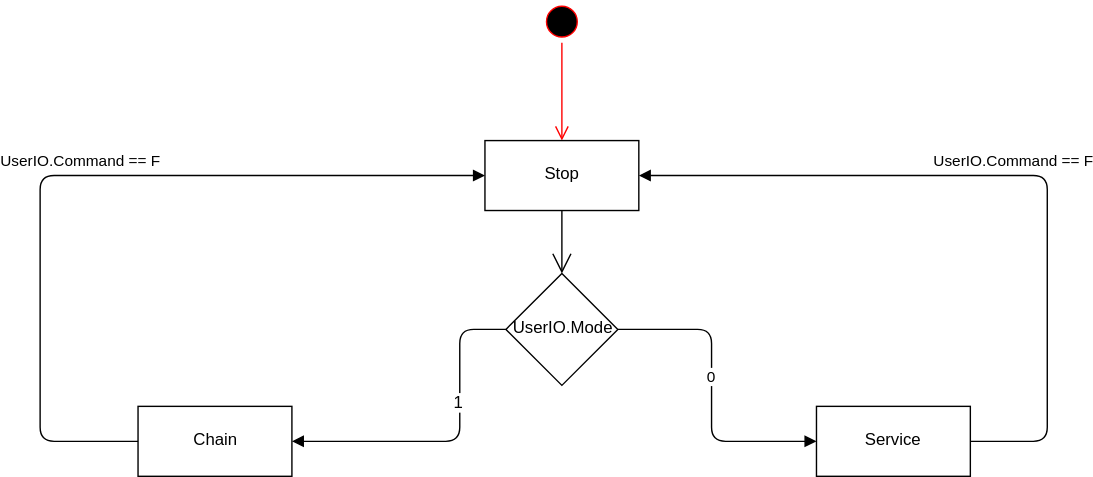
This is Documentation/UML Diagrams/stateDiagram/StateMachineMode.svg from nicolai-schwartze/EBS2_Conveyer_Belt, a draw.io export, as it was before one commit. Source tidied: cells renumbered, new cells last; positions are measured from the earlier drawing's top-left corner, leaving out a move shared by most shapes.
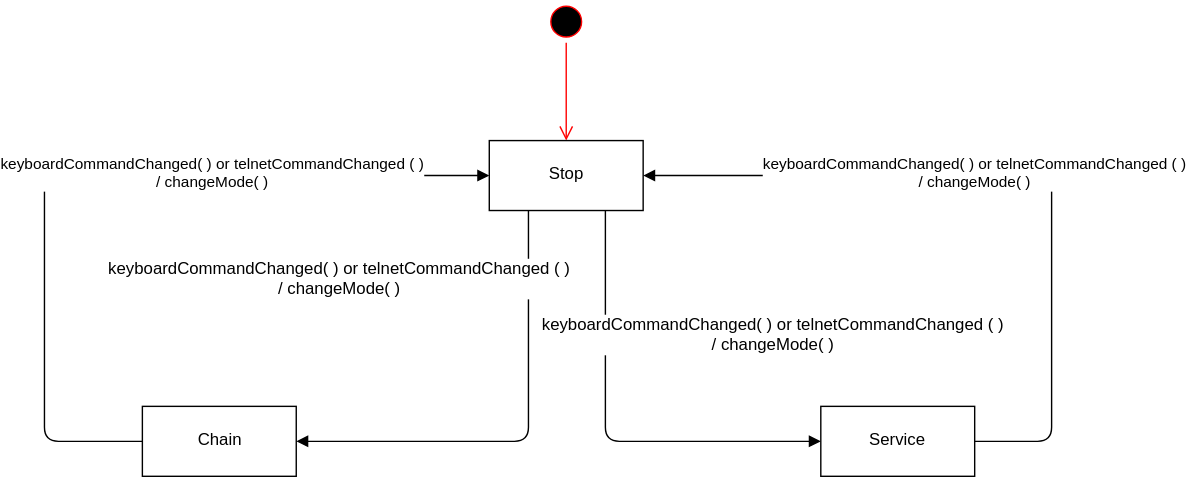
After the commit.

Commit message:
state machine modes completed

Diff of the diagram source:
```diff
@@ -17,46 +17,45 @@
     <mxCell id="6" value="Service" style="html=1;" parent="1" vertex="1">
       <mxGeometry x="555" y="290" width="110" height="50" as="geometry" />
     </mxCell>
-    <mxCell id="7" value="UserIO.Mode" style="rhombus;whiteSpace=wrap;html=1;" parent="1" vertex="1">
-      <mxGeometry x="333" y="195" width="80" height="80" as="geometry" />
-    </mxCell>
-    <mxCell id="8" style="endArrow=open;endFill=1;endSize=12;html=1;exitX=0.5;exitY=1;exitDx=0;exitDy=0;entryX=0.5;entryY=0;entryDx=0;entryDy=0;" parent="1" edge="1" source="4" target="7">
-      <mxGeometry relative="1" as="geometry" />
-    </mxCell>
-    <mxCell id="9" style="html=1;verticalAlign=bottom;endArrow=block;exitX=0;exitY=0.5;exitDx=0;exitDy=0;entryX=1;entryY=0.5;entryDx=0;entryDy=0;" parent="1" edge="1" source="7" target="5">
+    <mxCell id="9" style="html=1;verticalAlign=bottom;endArrow=block;exitX=0.25;exitY=1;exitDx=0;exitDy=0;entryX=1;entryY=0.5;entryDx=0;entryDy=0;" parent="1" edge="1" source="4" target="5">
       <mxGeometry relative="1" as="geometry">
         <Array as="points">
-          <mxPoint x="300" y="235" />
-          <mxPoint x="300" y="315" />
+          <mxPoint x="346" y="315" />
         </Array>
       </mxGeometry>
     </mxCell>
-    <mxCell id="10" value="1" style="text;html=1;align=center;verticalAlign=middle;labelBackgroundColor=#ffffff;" parent="9" vertex="1">
-      <mxGeometry x="-0.26" y="-1" relative="1" as="geometry" />
+    <mxCell id="10" value="keyboardCommandChanged( ) or telnetCommandChanged ( ) &lt;br&gt;/ changeMode( )" style="text;html=1;align=center;verticalAlign=middle;labelBackgroundColor=#ffffff;" parent="9" vertex="1">
+      <mxGeometry x="-0.26" y="-1" relative="1" as="geometry">
+        <mxPoint x="-135" y="-72" as="offset" />
+      </mxGeometry>
     </mxCell>
-    <mxCell id="11" value="0" style="html=1;verticalAlign=bottom;endArrow=block;exitX=1;exitY=0.5;exitDx=0;exitDy=0;entryX=0;entryY=0.5;entryDx=0;entryDy=0;" parent="1" edge="1" source="7" target="6">
-      <mxGeometry relative="1" as="geometry">
-        <Array as="points">
-          <mxPoint x="480" y="235" />
-          <mxPoint x="480" y="315" />
-        </Array>
-      </mxGeometry>
-    </mxCell>
-    <mxCell id="12" value="UserIO.Command == F" style="html=1;verticalAlign=bottom;endArrow=block;entryX=0;entryY=0.5;entryDx=0;entryDy=0;exitX=0;exitY=0.5;exitDx=0;exitDy=0;" parent="1" edge="1" source="5" target="4">
-      <mxGeometry relative="1" as="geometry">
+    <mxCell id="12" value="keyboardCommandChanged( ) or telnetCommandChanged ( ) &lt;br&gt;/ changeMode( )" style="html=1;verticalAlign=bottom;endArrow=block;entryX=0;entryY=0.5;entryDx=0;entryDy=0;exitX=0;exitY=0.5;exitDx=0;exitDy=0;" parent="1" edge="1" source="5" target="4">
+      <mxGeometry x="0.31" y="-15" relative="1" as="geometry">
         <Array as="points">
           <mxPoint y="315" />
           <mxPoint y="125" />
         </Array>
       </mxGeometry>
     </mxCell>
-    <mxCell id="13" value="UserIO.Command == F" style="html=1;verticalAlign=bottom;endArrow=block;exitX=1;exitY=0.5;exitDx=0;exitDy=0;entryX=1;entryY=0.5;entryDx=0;entryDy=0;" parent="1" edge="1" source="6" target="4">
-      <mxGeometry relative="1" as="geometry">
+    <mxCell id="13" value="keyboardCommandChanged( ) or telnetCommandChanged ( ) &lt;br&gt;/ changeMode( )" style="html=1;verticalAlign=bottom;endArrow=block;exitX=1;exitY=0.5;exitDx=0;exitDy=0;entryX=1;entryY=0.5;entryDx=0;entryDy=0;" parent="1" edge="1" source="6" target="4">
+      <mxGeometry x="0.12" y="15" relative="1" as="geometry">
         <Array as="points">
           <mxPoint x="720" y="315" />
           <mxPoint x="720" y="125" />
         </Array>
       </mxGeometry>
     </mxCell>
+    <mxCell id="14" style="html=1;verticalAlign=bottom;endArrow=block;exitX=0.75;exitY=1;exitDx=0;exitDy=0;entryX=0;entryY=0.5;entryDx=0;entryDy=0;" parent="1" edge="1" source="4" target="6">
+      <mxGeometry relative="1" as="geometry">
+        <Array as="points">
+          <mxPoint x="401" y="315" />
+        </Array>
+      </mxGeometry>
+    </mxCell>
+    <mxCell id="15" value="keyboardCommandChanged( ) or telnetCommandChanged ( ) &lt;br&gt;/ changeMode( )" style="text;html=1;align=center;verticalAlign=middle;labelBackgroundColor=#ffffff;" parent="14" vertex="1">
+      <mxGeometry x="-0.26" y="-1" relative="1" as="geometry">
+        <mxPoint x="120" y="-28" as="offset" />
+      </mxGeometry>
+    </mxCell>
   </root>
 </mxGraphModel>
```
